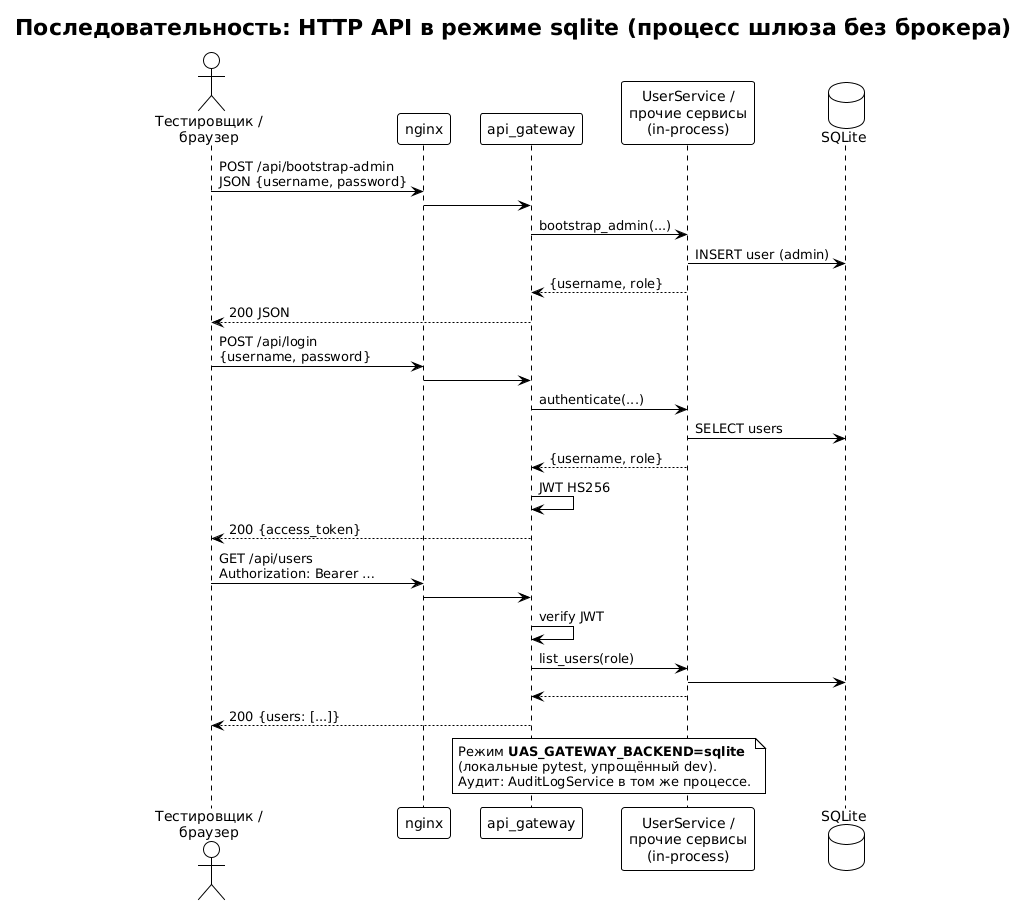
sergeysobolev-spbu/sbd-drones-economics keeps this PlantUML diagram as systems/uas_dev_company/docs/diagrams/sequence_local_sqlite.png. Above is the earlier version.
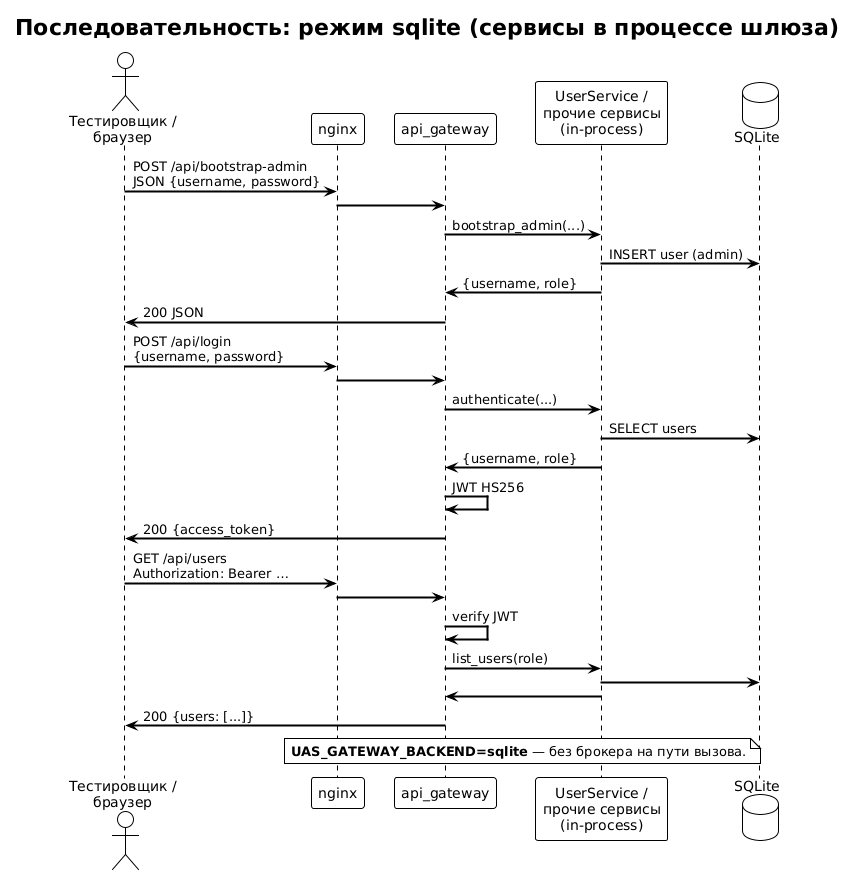
Above is the later version.

Diff of the diagram source:
```diff
@@ -1,6 +1,8 @@
 @startuml sequence_local_sqlite
 !theme plain
-title Последовательность: HTTP API в режиме sqlite (процесс шлюза без брокера)
+title Последовательность: режим sqlite (сервисы в процессе шлюза)
+
+skinparam ArrowThickness 2
 
 actor "Тестировщик /\nбраузер" as U
 participant "nginx" as N
@@ -12,29 +14,27 @@
 N -> G
 G -> S : bootstrap_admin(...)
 S -> DB : INSERT user (admin)
-S --> G : {username, role}
-G --> U : 200 JSON
+S -> G : {username, role}
+G -> U : 200 JSON
 
 U -> N : POST /api/login\n{username, password}
 N -> G
 G -> S : authenticate(...)
 S -> DB : SELECT users
-S --> G : {username, role}
+S -> G : {username, role}
 G -> G : JWT HS256
-G --> U : 200 {access_token}
+G -> U : 200 {access_token}
 
 U -> N : GET /api/users\nAuthorization: Bearer …
 N -> G
 G -> G : verify JWT
 G -> S : list_users(role)
 S -> DB
-S --> G
-G --> U : 200 {users: [...]}
+S -> G
+G -> U : 200 {users: [...]}
 
 note over G, S
-  Режим **UAS_GATEWAY_BACKEND=sqlite**
-  (локальные pytest, упрощённый dev).
-  Аудит: AuditLogService в том же процессе.
+  **UAS_GATEWAY_BACKEND=sqlite** — без брокера на пути вызова.
 end note
 
 @enduml
```
